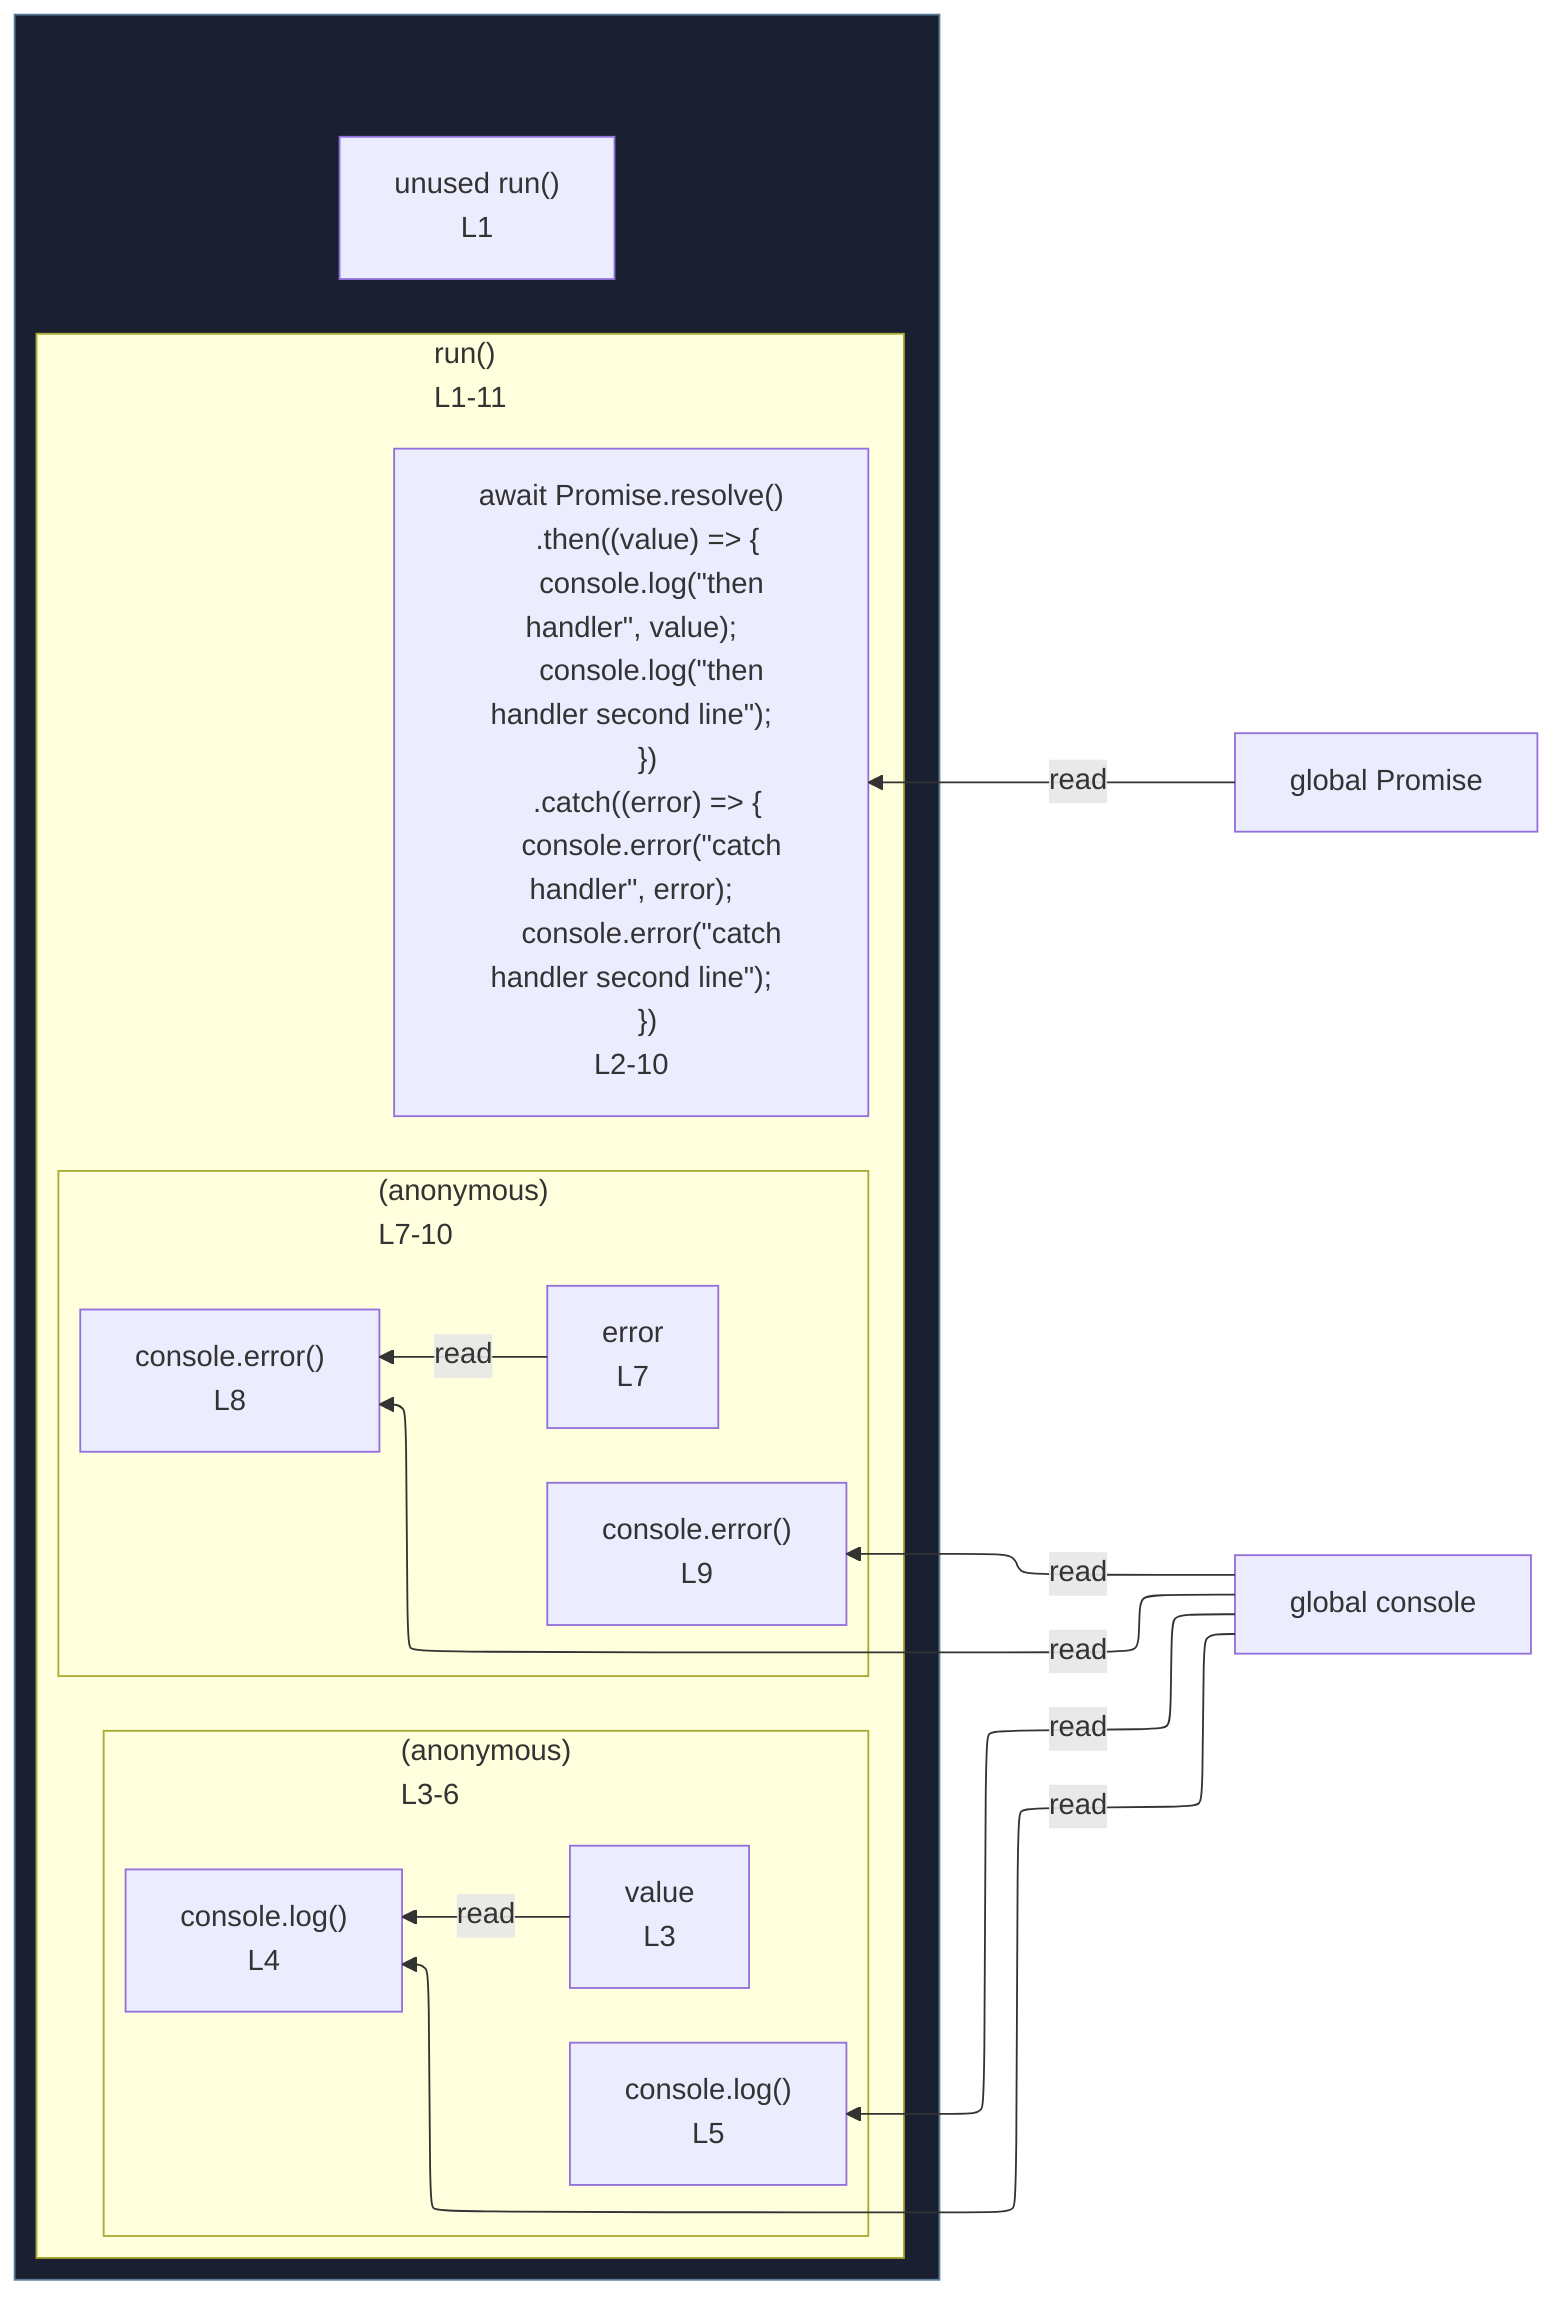
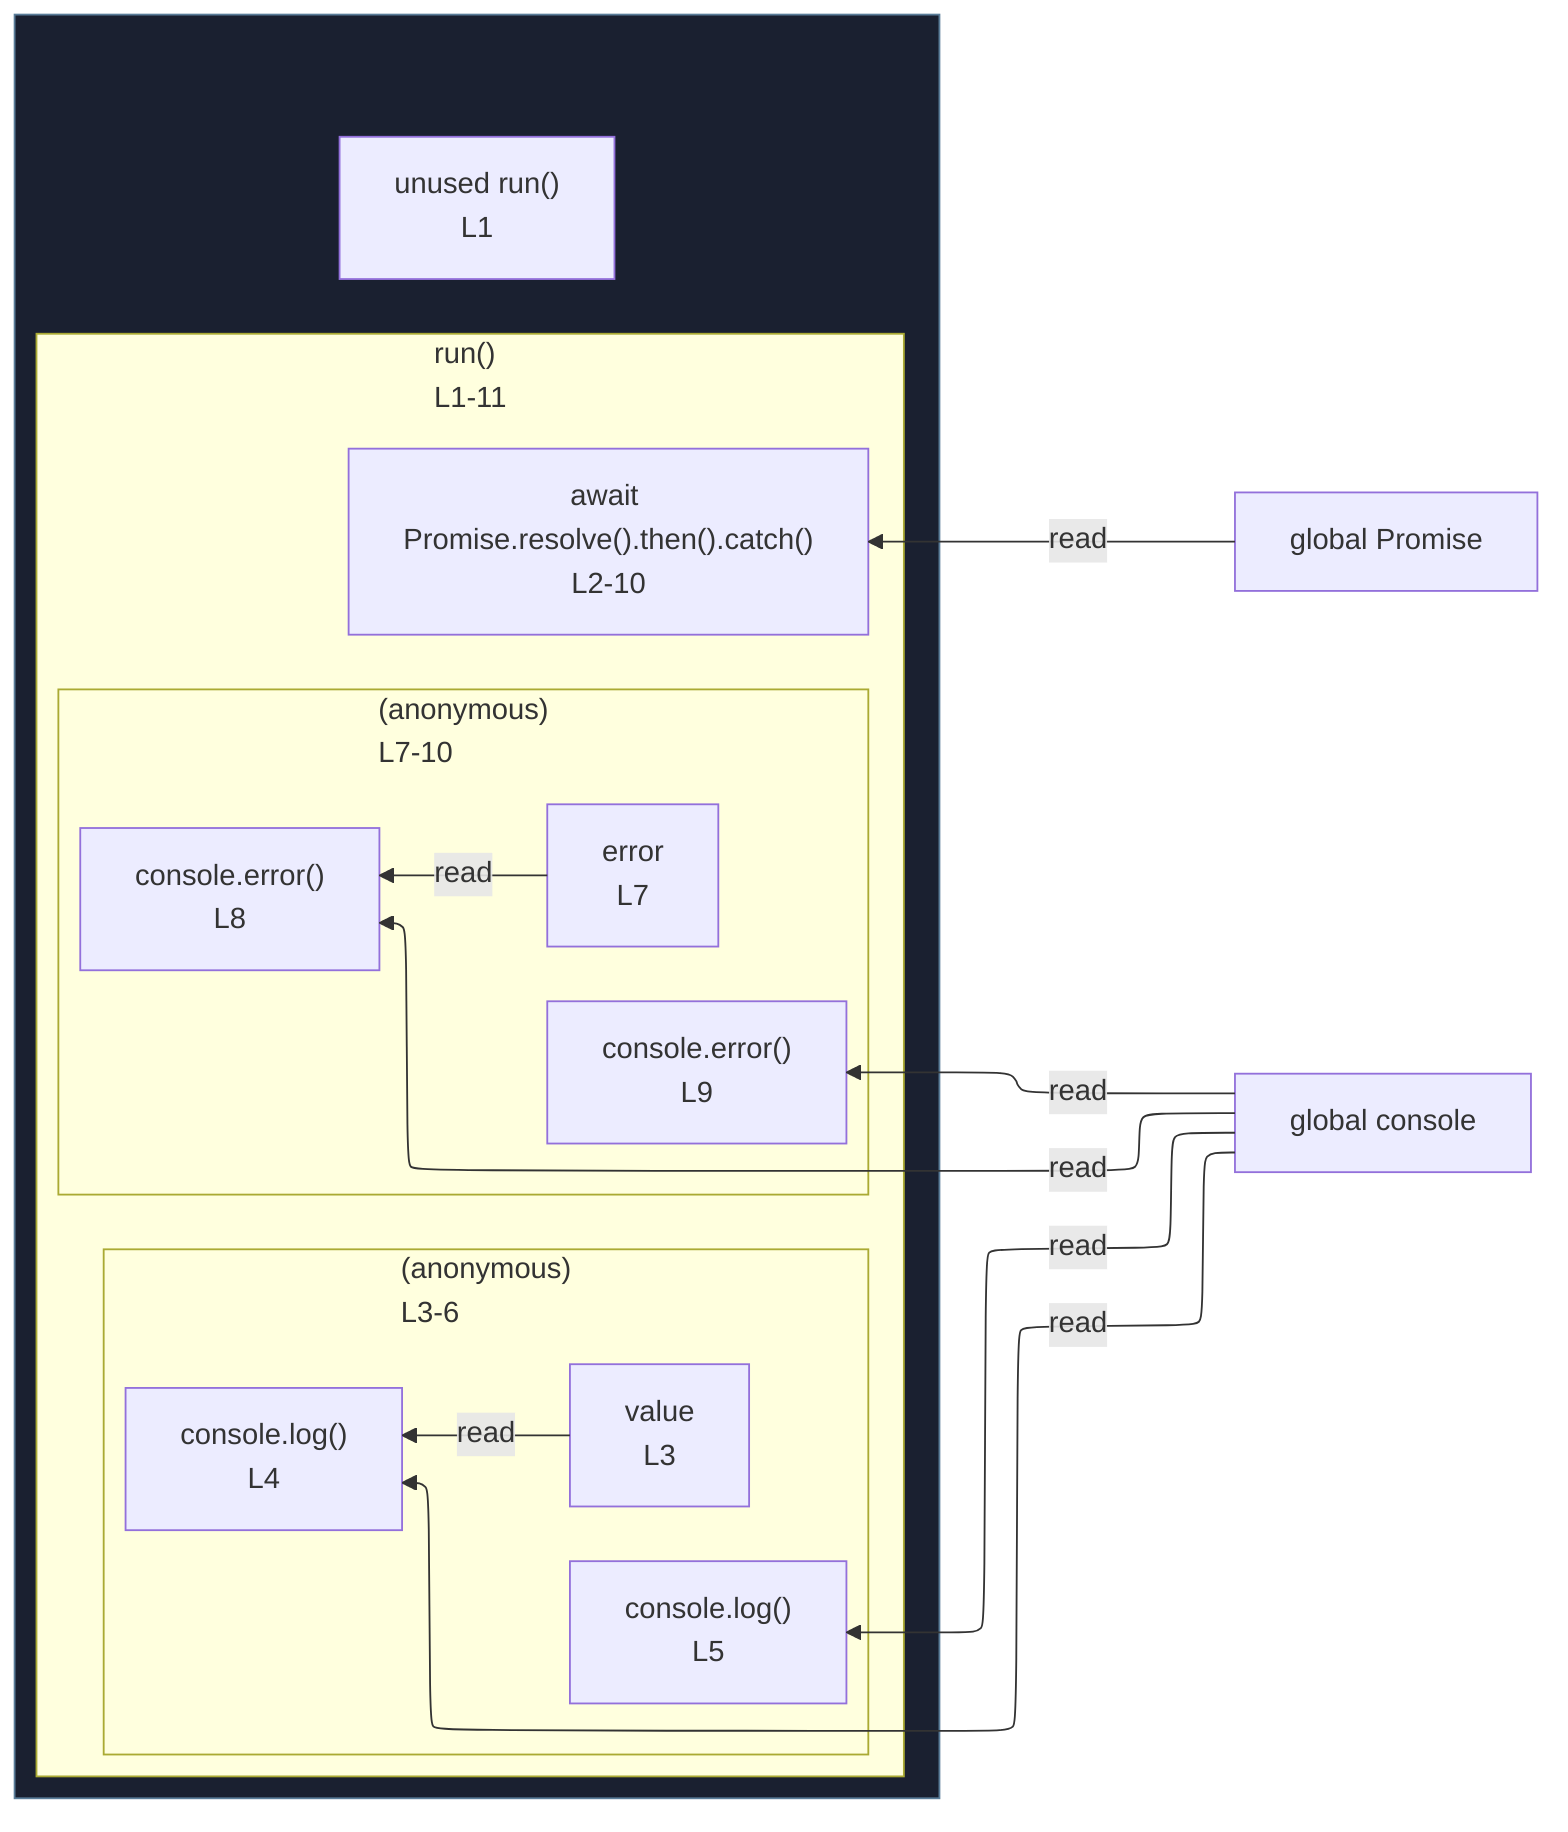
%%{init: {"flowchart": {"defaultRenderer": "elk"}}}%%
flowchart RL
  n_scope_0_Promise_53["global Promise"]
  n_scope_0_console_100["global console"]
  subgraph wrap_s_scope_1[" "]
    direction TB
    n_scope_0_run_22["unused run()<br/>L1"]
    subgraph s_scope_1["run()<br/>L1-11"]
      direction RL
-       expr_stmt_47["await Promise.resolve()
-     .then((value) =&gt; {
-       console.log(&quot;then handler&quot;, value);
-       console.log(&quot;then handler second line&quot;);
-     })
-     .catch((error) =&gt; {
-       console.error(&quot;catch handler&quot;, error);
-       console.error(&quot;catch handler second line&quot;);
-     })<br/>L2-10"]
+       expr_stmt_47["await Promise.resolve().then().catch()<br/>L2-10"]
      subgraph s_scope_2["(anonymous)<br/>L3-6"]
        direction RL
        n_scope_2_value_82["value<br/>L3"]
        expr_stmt_100["console.log()<br/>L4"]
        expr_stmt_142["console.log()<br/>L5"]
      end
      subgraph s_scope_3["(anonymous)<br/>L7-10"]
        direction RL
        n_scope_3_error_202["error<br/>L7"]
        expr_stmt_220["console.error()<br/>L8"]
        expr_stmt_265["console.error()<br/>L9"]
      end
    end
  end
  n_scope_0_Promise_53 -->|read| expr_stmt_47
  n_scope_0_console_100 -->|read| expr_stmt_100
  n_scope_2_value_82 -->|read| expr_stmt_100
  n_scope_0_console_100 -->|read| expr_stmt_142
  n_scope_0_console_100 -->|read| expr_stmt_220
  n_scope_3_error_202 -->|read| expr_stmt_220
  n_scope_0_console_100 -->|read| expr_stmt_265
  classDef fnWrap fill:#1a2030,stroke:#5a7d99;
  class wrap_s_scope_1 fnWrap;
